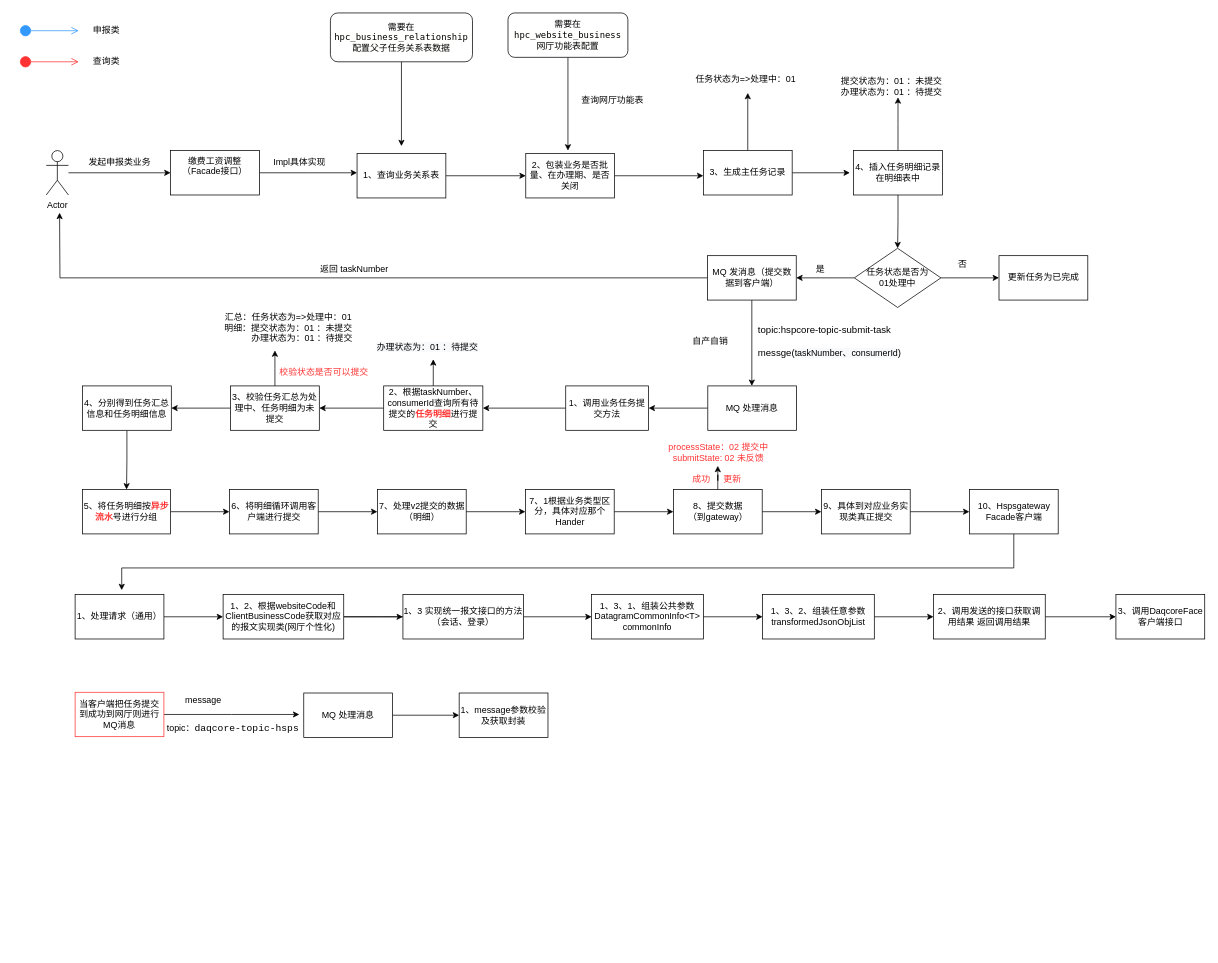
Above: 人社底层详细解析流程图.drawio in YYB1024/myRemoteRepo (draw.io), before the change. Source tidied: cells renumbered, new cells numbered last; positions are measured from the earlier drawing's top-left corner, leaving out a move shared by most shapes. Both pictures are drawn from the tidied source at 74%, with x=0, y=0 at pixel (19, 13).
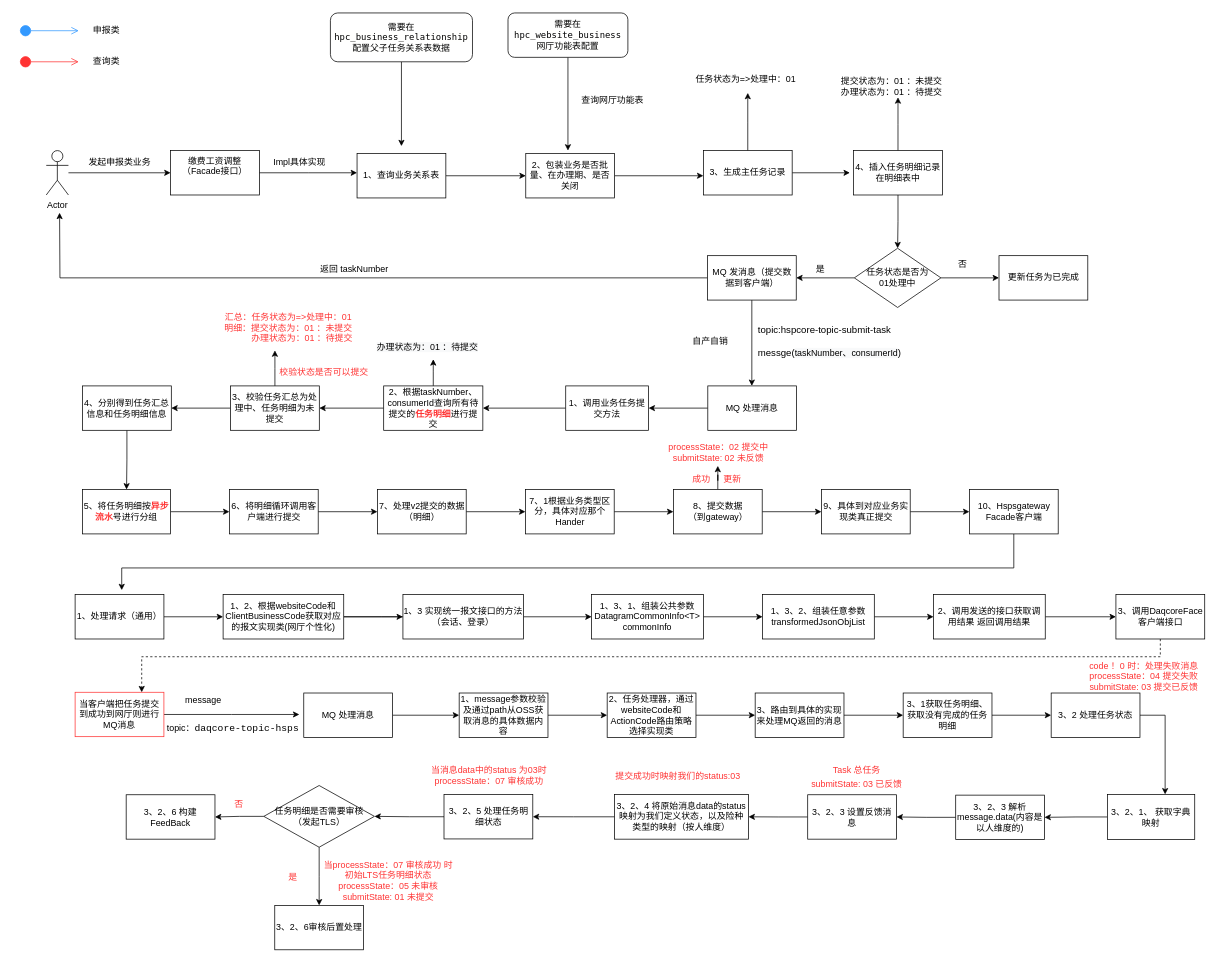
The same diagram, later.

Commit message:
更新人社底层详细解析流程图.drawio

Unchanged cells that the change refers to:
```xml
<mxCell id="87" value="3、调用DaqcoreFace客户端接口" style="whiteSpace=wrap;html=1;fontColor=default;fillColor=#FFFFFF;" parent="1" vertex="1">
  <mxGeometry x="1481.5" y="786" width="120" height="60" as="geometry" />
</mxCell>
<mxCell id="89" value="当客户端把任务提交到成功到网厅则进行MQ消息" style="rounded=0;whiteSpace=wrap;html=1;fontColor=default;fillColor=#FFFFFF;labelBorderColor=none;labelBackgroundColor=none;strokeColor=#FF3333;" parent="1" vertex="1">
  <mxGeometry x="75" y="918" width="120" height="60" as="geometry" />
</mxCell>
```

Change to the diagram source:
```diff
@@
-    <mxCell id="56" value="&lt;br&gt;&lt;br&gt;汇总：任务状态为=&amp;gt;处理中：01&lt;br&gt;明细：提交状态为：01 ：未提交&lt;br&gt;&amp;nbsp; &amp;nbsp; &amp;nbsp; &amp;nbsp; &amp;nbsp; &amp;nbsp;办理状态为：01 ：待提交" style="text;html=1;align=center;verticalAlign=middle;strokeColor=none;fillColor=none;" parent="1" vertex="1">
+    <mxCell id="56" value="&lt;font color=&quot;#ff3333&quot;&gt;&lt;br&gt;&lt;br&gt;汇总：任务状态为=&amp;gt;处理中：01&lt;br&gt;明细：提交状态为：01 ：未提交&lt;br&gt;&amp;nbsp; &amp;nbsp; &amp;nbsp; &amp;nbsp; &amp;nbsp; &amp;nbsp;办理状态为：01 ：待提交&lt;/font&gt;" style="text;html=1;align=center;verticalAlign=middle;strokeColor=none;fillColor=none;" parent="1" vertex="1">
       <mxGeometry x="270" y="372" width="186" height="78" as="geometry" />
     </mxCell>
@@
+    <mxCell id="95" style="edgeStyle=orthogonalEdgeStyle;rounded=0;jettySize=auto;html=1;entryX=0.75;entryY=0;entryDx=0;entryDy=0;dashed=1;" parent="1" edge="1" source="87" target="89">
+      <mxGeometry relative="1" as="geometry">
+        <Array as="points">
+          <mxPoint x="1542" y="870" />
+          <mxPoint x="165" y="870" />
+        </Array>
+      </mxGeometry>
+    </mxCell>
@@
+    <mxCell id="96" style="edgeStyle=orthogonalEdgeStyle;rounded=0;jettySize=auto;html=1;" parent="1" edge="1" source="94" target="98">
+      <mxGeometry relative="1" as="geometry" />
+    </mxCell>
-    <mxCell id="94" value="1、message参数校验及获取封装" style="whiteSpace=wrap;html=1;rounded=0;" parent="1" vertex="1">
+    <mxCell id="94" value="1、message参数校验及通过path从OSS获取消息的具体数据内容" style="whiteSpace=wrap;html=1;rounded=0;" parent="1" vertex="1">
       <mxGeometry x="594" y="919" width="120" height="60" as="geometry" />
     </mxCell>
+    <mxCell id="97" style="edgeStyle=orthogonalEdgeStyle;rounded=0;jettySize=auto;html=1;" parent="1" edge="1" source="98" target="100">
+      <mxGeometry relative="1" as="geometry" />
+    </mxCell>
+    <mxCell id="98" value="2、任务处理器，通过websiteCode和ActionCode路由策略选择实现类" style="whiteSpace=wrap;html=1;rounded=0;" parent="1" vertex="1">
+      <mxGeometry x="794" y="919" width="120" height="60" as="geometry" />
+    </mxCell>
+    <mxCell id="99" style="edgeStyle=orthogonalEdgeStyle;rounded=0;jettySize=auto;html=1;" parent="1" edge="1" source="100" target="102">
+      <mxGeometry relative="1" as="geometry" />
+    </mxCell>
+    <mxCell id="100" value="3、路由到具体的实现来处理MQ返回的消息" style="whiteSpace=wrap;html=1;rounded=0;" parent="1" vertex="1">
+      <mxGeometry x="994" y="919" width="120" height="60" as="geometry" />
+    </mxCell>
+    <mxCell id="101" style="edgeStyle=orthogonalEdgeStyle;rounded=0;jettySize=auto;html=1;" parent="1" edge="1" source="102" target="104">
+      <mxGeometry relative="1" as="geometry" />
+    </mxCell>
+    <mxCell id="102" value="3、1获取任务明细、获取没有完成的任务明细" style="whiteSpace=wrap;html=1;rounded=0;" parent="1" vertex="1">
+      <mxGeometry x="1194" y="919" width="120" height="60" as="geometry" />
+    </mxCell>
+    <mxCell id="103" style="edgeStyle=orthogonalEdgeStyle;rounded=0;jettySize=auto;html=1;fontColor=#FF3333;" parent="1" edge="1" source="104" target="106">
+      <mxGeometry relative="1" as="geometry">
+        <Array as="points">
+          <mxPoint x="1548" y="949" />
+        </Array>
+      </mxGeometry>
+    </mxCell>
+    <mxCell id="104" value="3、2 处理任务状态" style="whiteSpace=wrap;html=1;rounded=0;" parent="1" vertex="1">
+      <mxGeometry x="1394" y="919" width="120" height="60" as="geometry" />
+    </mxCell>
+    <mxCell id="105" style="edgeStyle=orthogonalEdgeStyle;rounded=0;jettySize=auto;html=1;fontColor=#FF3333;" parent="1" edge="1" source="106" target="108">
+      <mxGeometry relative="1" as="geometry" />
+    </mxCell>
+    <mxCell id="106" value="3、2、1&lt;span style=&quot;background-color: initial;&quot;&gt;、 获取字典映射&lt;br&gt;&lt;/span&gt;" style="whiteSpace=wrap;html=1;rounded=0;" parent="1" vertex="1">
+      <mxGeometry x="1470" y="1056" width="118" height="61" as="geometry" />
+    </mxCell>
+    <mxCell id="107" style="edgeStyle=orthogonalEdgeStyle;rounded=0;jettySize=auto;html=1;fontColor=#FF3333;" parent="1" edge="1" source="108" target="111">
+      <mxGeometry relative="1" as="geometry" />
+    </mxCell>
+    <mxCell id="108" value="3、2、3 解析message.data(内容是以人维度的)" style="whiteSpace=wrap;html=1;rounded=0;" parent="1" vertex="1">
+      <mxGeometry x="1265" y="1057" width="120" height="60" as="geometry" />
+    </mxCell>
+    <mxCell id="109" value="code ！0 时：处理失败消息&lt;br&gt;processState：04 提交失败&lt;br&gt;submitState: 03 提交已反馈" style="text;html=1;align=center;verticalAlign=middle;strokeColor=none;fillColor=none;fontColor=#FF3333;" parent="1" vertex="1">
+      <mxGeometry x="1438" y="870" width="162" height="54" as="geometry" />
+    </mxCell>
+    <mxCell id="110" style="edgeStyle=orthogonalEdgeStyle;rounded=0;jettySize=auto;html=1;fontColor=#FF3333;" parent="1" edge="1" source="111" target="115">
+      <mxGeometry relative="1" as="geometry" />
+    </mxCell>
+    <mxCell id="111" value="3、2、3 设置反馈消息" style="whiteSpace=wrap;html=1;rounded=0;" parent="1" vertex="1">
+      <mxGeometry x="1065" y="1056.5" width="120" height="60" as="geometry" />
+    </mxCell>
+    <mxCell id="112" value="Task 总任务&lt;br&gt;" style="text;html=1;align=center;verticalAlign=middle;strokeColor=none;fillColor=none;fontColor=#FF3333;" parent="1" vertex="1">
+      <mxGeometry x="1091.5" y="1012" width="78" height="24" as="geometry" />
+    </mxCell>
+    <mxCell id="113" value="submitState: 03 已反馈" style="text;html=1;align=center;verticalAlign=middle;strokeColor=none;fillColor=none;fontColor=#FF3333;" parent="1" vertex="1">
+      <mxGeometry x="1061.5" y="1030" width="138" height="24" as="geometry" />
+    </mxCell>
+    <mxCell id="114" style="edgeStyle=orthogonalEdgeStyle;rounded=0;jettySize=auto;html=1;fontColor=#FF3333;" parent="1" edge="1" source="115" target="117">
+      <mxGeometry relative="1" as="geometry" />
+    </mxCell>
+    <mxCell id="115" value="3、2、4 将原始消息data的status映射为我们定义状态，以及险种类型的映射（按人维度）" style="whiteSpace=wrap;html=1;rounded=0;" parent="1" vertex="1">
+      <mxGeometry x="804" y="1056" width="181" height="60.5" as="geometry" />
+    </mxCell>
+    <mxCell id="116" style="edgeStyle=orthogonalEdgeStyle;rounded=0;jettySize=auto;html=1;fontColor=#FF3333;" parent="1" edge="1" source="117" target="122">
+      <mxGeometry relative="1" as="geometry" />
+    </mxCell>
+    <mxCell id="117" value="3、2、5 处理任务明细状态" style="whiteSpace=wrap;html=1;rounded=0;" parent="1" vertex="1">
+      <mxGeometry x="573.5" y="1056.2" width="120" height="60" as="geometry" />
+    </mxCell>
+    <mxCell id="118" value="提交成功时映射我们的status:03&amp;nbsp;" style="text;html=1;align=center;verticalAlign=middle;strokeColor=none;fillColor=none;fontColor=#FF3333;" parent="1" vertex="1">
+      <mxGeometry x="798" y="1020" width="186" height="24" as="geometry" />
+    </mxCell>
+    <mxCell id="119" value="当消息data中的status 为03时&lt;br&gt;processState：07 审核成功" style="text;html=1;align=center;verticalAlign=middle;strokeColor=none;fillColor=none;fontColor=#FF3333;" parent="1" vertex="1">
+      <mxGeometry x="546.5" y="1012" width="174" height="36" as="geometry" />
+    </mxCell>
+    <mxCell id="120" style="edgeStyle=orthogonalEdgeStyle;rounded=0;jettySize=auto;html=1;fontColor=#FF3333;" parent="1" edge="1" source="122" target="123">
+      <mxGeometry relative="1" as="geometry" />
+    </mxCell>
+    <mxCell id="121" style="edgeStyle=orthogonalEdgeStyle;rounded=0;jettySize=auto;html=1;fontColor=#FF3333;" parent="1" edge="1" source="122" target="125">
+      <mxGeometry relative="1" as="geometry" />
+    </mxCell>
+    <mxCell id="122" value="任务明细是否需要审核&lt;br&gt;（发起TLS）" style="rhombus;whiteSpace=wrap;html=1;rounded=0;" parent="1" vertex="1">
+      <mxGeometry x="330" y="1044" width="149.5" height="83.4" as="geometry" />
+    </mxCell>
+    <mxCell id="123" value="3、2、6审核后置处理" style="whiteSpace=wrap;html=1;rounded=0;" parent="1" vertex="1">
+      <mxGeometry x="344.8" y="1206" width="120" height="60" as="geometry" />
+    </mxCell>
+    <mxCell id="124" value="是" style="text;html=1;align=center;verticalAlign=middle;strokeColor=none;fillColor=none;fontColor=#FF3333;" parent="1" vertex="1">
+      <mxGeometry x="354" y="1156" width="30" height="24" as="geometry" />
+    </mxCell>
+    <mxCell id="125" value="3、2、6 构建FeedBack" style="whiteSpace=wrap;html=1;rounded=0;" parent="1" vertex="1">
+      <mxGeometry x="144" y="1056.5" width="120" height="60" as="geometry" />
+    </mxCell>
+    <mxCell id="126" value="否" style="text;html=1;align=center;verticalAlign=middle;strokeColor=none;fillColor=none;fontColor=#FF3333;" parent="1" vertex="1">
+      <mxGeometry x="281" y="1057" width="30" height="24" as="geometry" />
+    </mxCell>
+    <mxCell id="127" value="当processState：07 审核成功 时&lt;br&gt;初始LTS任务明细状态&lt;br&gt;processState：05 未审核&lt;br&gt;submitState: 01 未提交" style="text;html=1;align=center;verticalAlign=middle;strokeColor=none;fillColor=none;fontColor=#FF3333;" parent="1" vertex="1">
+      <mxGeometry x="402" y="1140" width="192" height="66" as="geometry" />
+    </mxCell>
```
